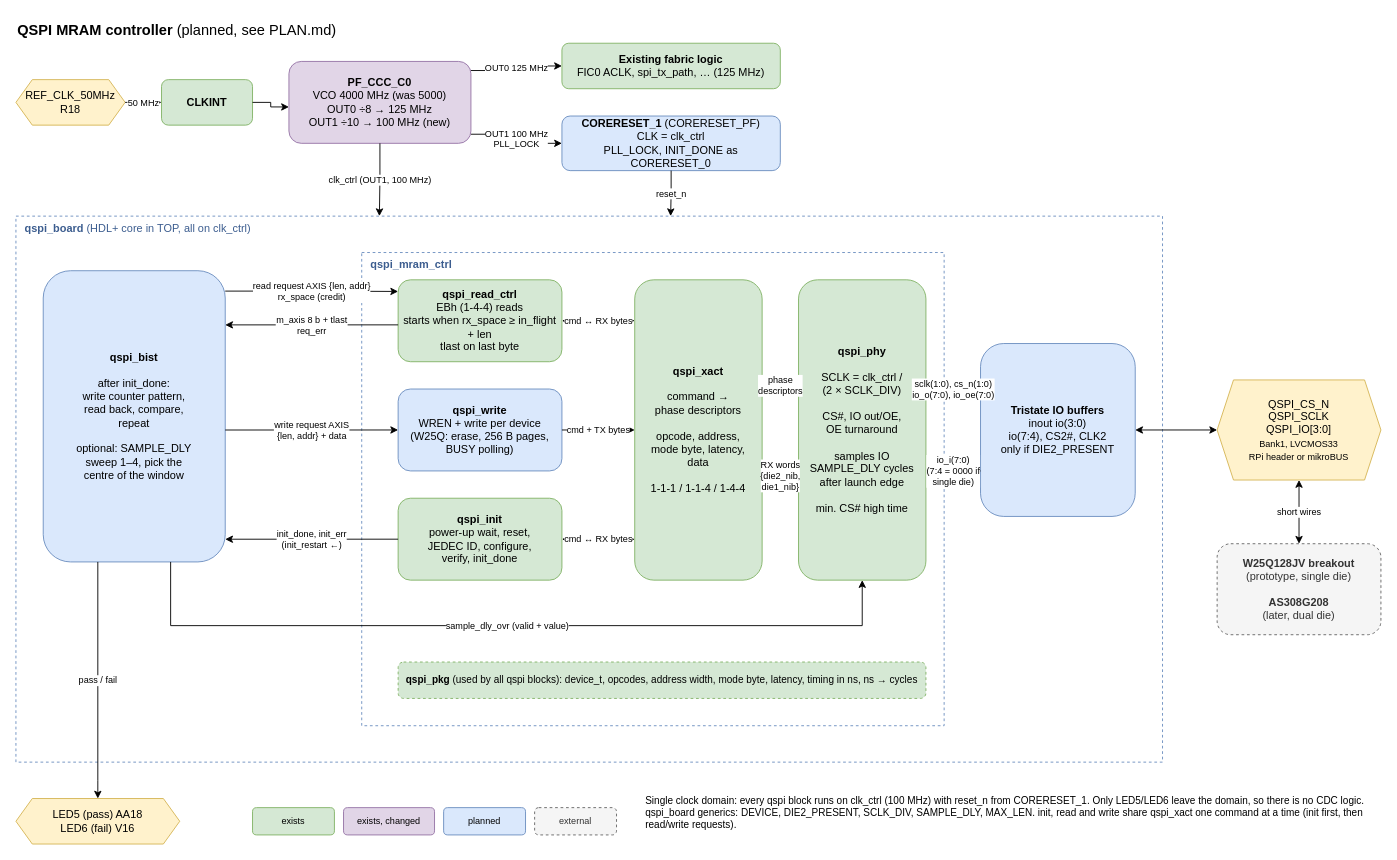
This is documentation/qspi_controller.drawio from jenswilly/polarfire_simple, a draw.io file, before an edit. Source tidied: cells renumbered, new cells numbered last; positions are measured from the earlier drawing's top-left corner, leaving out a move shared by most shapes. Both pictures are drawn from the tidied source at 91%, with x=0, y=0 at pixel (15, 15).
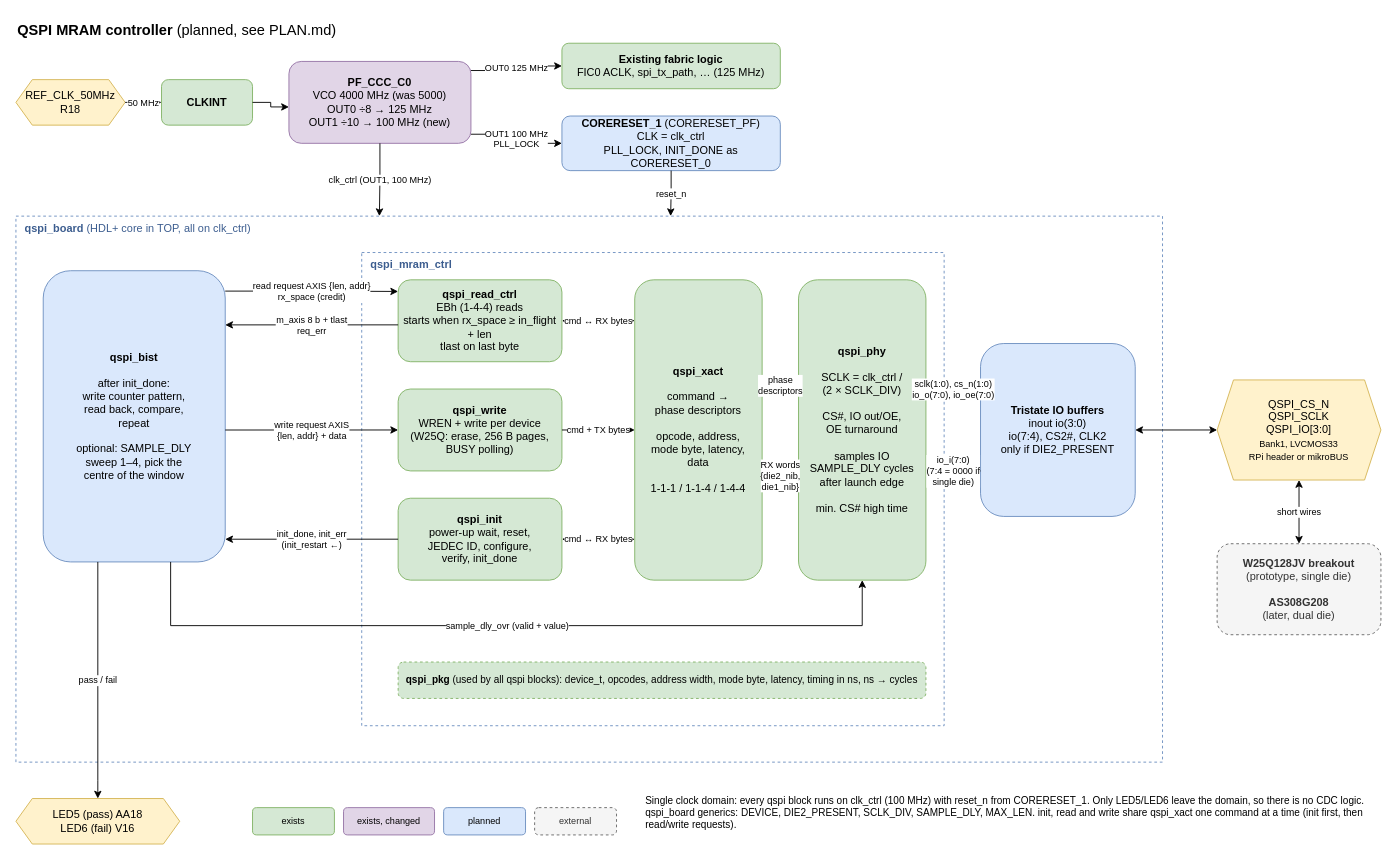
The same page after the edit.

Commit message (it also covers changes not shown here):
Step 8: QSPI Write

Change to the diagram source:
```diff
@@
-    <mxCell id="18" value="&lt;b&gt;qspi_write&lt;/b&gt;&lt;br&gt;WREN + write per device&lt;br&gt;(W25Q: erase, 256 B pages, BUSY polling)" style="rounded=1;whiteSpace=wrap;html=1;fillColor=#dae8fc;strokeColor=#6c8ebf;" parent="1" vertex="1">
+    <mxCell id="18" value="&lt;b&gt;qspi_write&lt;/b&gt;&lt;br&gt;WREN + write per device&lt;br&gt;(W25Q: erase, 256 B pages, BUSY polling)" style="rounded=1;whiteSpace=wrap;html=1;fillColor=#d5e8d4;strokeColor=#82b366;" parent="1" vertex="1">
       <mxGeometry x="420" y="410" width="180" height="90" as="geometry" />
     </mxCell>
```
